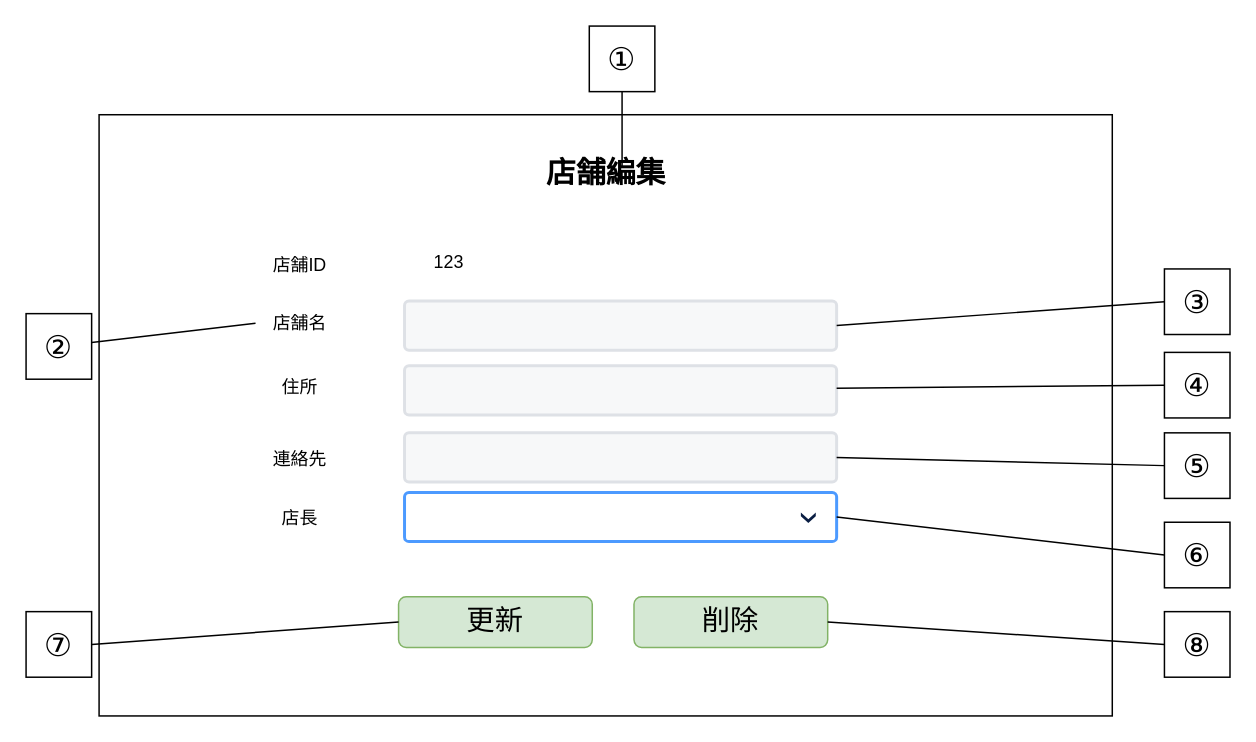
Earlier version of the draw.io diagram page "*店舗_編集" (3 of 10) of 一時保存用/画面設計.drawio (HaruShim/Sotuken). Source tidied: cells renumbered, new cells numbered last; positions are measured from the earlier drawing's top-left corner, leaving out a move shared by most shapes. Both pictures are drawn from the tidied source at 149%, with x=0, y=0 at pixel (25, 25).
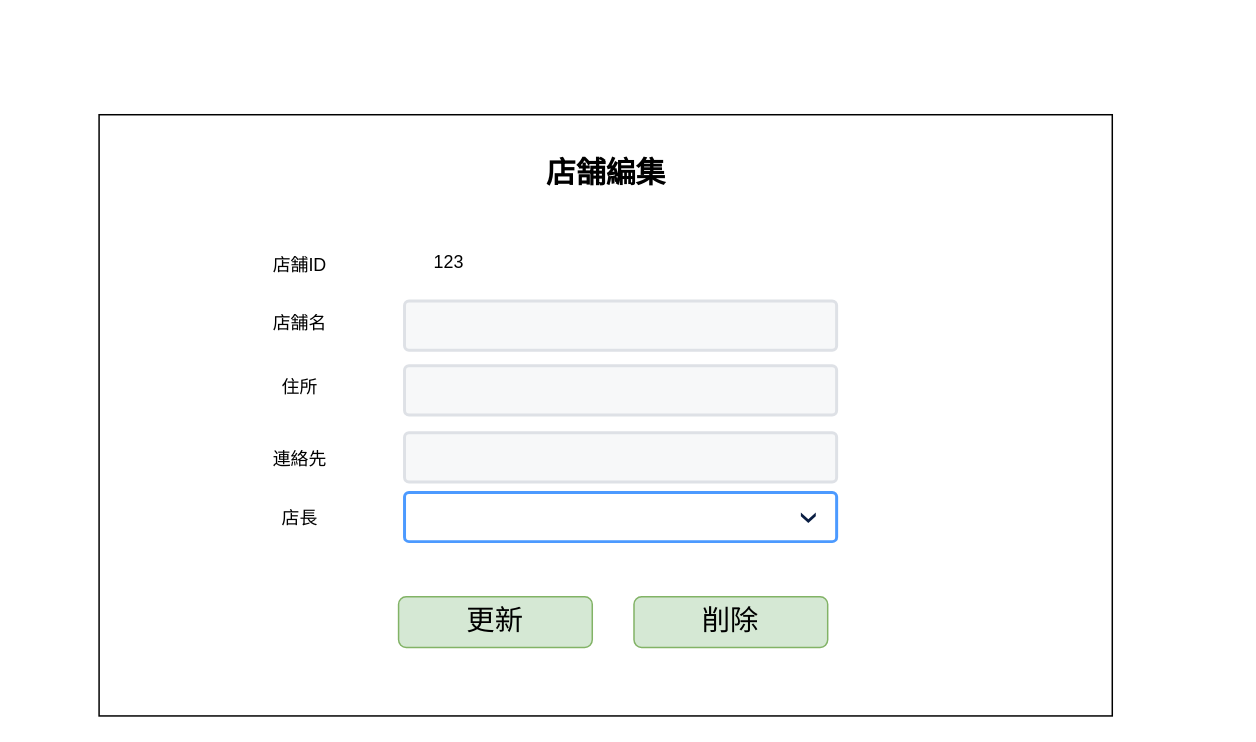
Above is the later version.

Unchanged cells that the change refers to:
```xml
<mxCell id="5" value="店舗名" style="text;html=1;strokeColor=none;fillColor=none;align=center;verticalAlign=middle;whiteSpace=wrap;rounded=0;" parent="1" vertex="1">
  <mxGeometry x="154" y="184.5" width="60" height="30" as="geometry" />
</mxCell>
<mxCell id="6" style="rounded=1;arcSize=9;fillColor=#F7F8F9;align=left;spacingLeft=5;strokeColor=#DEE1E6;html=1;strokeWidth=2;fontSize=12;" parent="1" vertex="1">
  <mxGeometry x="254" y="184.5" width="290" height="33" as="geometry" />
</mxCell>
<mxCell id="8" style="rounded=1;arcSize=9;fillColor=#F7F8F9;align=left;spacingLeft=5;strokeColor=#DEE1E6;html=1;strokeWidth=2;fontSize=12;" parent="1" vertex="1">
  <mxGeometry x="254" y="228" width="290" height="33" as="geometry" />
</mxCell>
<mxCell id="10" style="rounded=1;arcSize=9;fillColor=#F7F8F9;align=left;spacingLeft=5;strokeColor=#DEE1E6;html=1;strokeWidth=2;fontSize=12;" parent="1" vertex="1">
  <mxGeometry x="254" y="273" width="290" height="33" as="geometry" />
</mxCell>
<mxCell id="12" style="rounded=1;arcSize=9;fillColor=#ffffff;strokeColor=#4C9AFF;html=1;strokeWidth=2;spacingLeft=30;fontColor=#000000;align=left;" parent="1" vertex="1">
  <mxGeometry x="254" y="313" width="290" height="33" as="geometry" />
</mxCell>
<mxCell id="14" value="&lt;span style=&quot;font-size: 19px&quot;&gt;更新&lt;/span&gt;" style="rounded=1;whiteSpace=wrap;html=1;align=center;labelBackgroundColor=none;fillColor=#d5e8d4;strokeColor=#82b366;" parent="1" vertex="1">
  <mxGeometry x="250" y="383" width="130" height="34" as="geometry" />
</mxCell>
```

The edit, as a diff of the source:
```diff
@@
-    <mxCell id="2" style="rounded=0;whiteSpace=wrap;html=1;fillColor=default;strokeColor=default;fontColor=default;" parent="1" vertex="1">
+    <mxCell id="2" style="rounded=0;whiteSpace=wrap;html=1;" parent="1" vertex="1">
       <mxGeometry x="49" y="59.5" width="680" height="403.5" as="geometry" />
     </mxCell>
@@
-    <mxCell id="17" parent="0" />
-    <mxCell id="18" value="①" style="whiteSpace=wrap;html=1;fontSize=21;" parent="17" vertex="1">
-      <mxGeometry x="378" width="44" height="44" as="geometry" />
-    </mxCell>
-    <mxCell id="19" style="endArrow=none;html=1;rounded=0;fontSize=19;entryX=0.5;entryY=1;entryDx=0;entryDy=0;" parent="17" edge="1" target="18">
-      <mxGeometry relative="1" as="geometry">
-        <mxPoint x="400" y="94" as="sourcePoint" />
-      </mxGeometry>
-    </mxCell>
-    <mxCell id="20" value="②" style="whiteSpace=wrap;html=1;fontSize=21;" parent="17" vertex="1">
-      <mxGeometry y="193" width="44" height="44" as="geometry" />
-    </mxCell>
-    <mxCell id="21" value="③" style="whiteSpace=wrap;html=1;fontSize=21;" parent="17" vertex="1">
-      <mxGeometry x="764" y="163" width="44" height="44" as="geometry" />
-    </mxCell>
-    <mxCell id="22" value="④" style="whiteSpace=wrap;html=1;fontSize=21;" parent="17" vertex="1">
-      <mxGeometry x="764" y="219" width="44" height="44" as="geometry" />
-    </mxCell>
-    <mxCell id="23" value="⑤" style="whiteSpace=wrap;html=1;fontSize=21;" parent="17" vertex="1">
-      <mxGeometry x="764" y="273" width="44" height="44" as="geometry" />
-    </mxCell>
-    <mxCell id="24" value="⑥" style="whiteSpace=wrap;html=1;fontSize=21;" parent="17" vertex="1">
-      <mxGeometry x="764" y="333" width="44" height="44" as="geometry" />
-    </mxCell>
-    <mxCell id="25" style="endArrow=none;html=1;rounded=0;fontSize=19;entryX=0;entryY=0.5;entryDx=0;entryDy=0;exitX=1;exitY=0.5;exitDx=0;exitDy=0;" parent="17" edge="1" source="12" target="24">
-      <mxGeometry relative="1" as="geometry" />
-    </mxCell>
-    <mxCell id="26" value="⑦" style="whiteSpace=wrap;html=1;fontSize=21;" parent="17" vertex="1">
-      <mxGeometry y="393" width="44" height="44" as="geometry" />
-    </mxCell>
-    <mxCell id="27" style="endArrow=none;html=1;rounded=0;fontSize=19;entryX=0;entryY=0.5;entryDx=0;entryDy=0;exitX=1;exitY=0.5;exitDx=0;exitDy=0;" parent="17" edge="1" source="6" target="21">
-      <mxGeometry relative="1" as="geometry" />
-    </mxCell>
-    <mxCell id="28" style="endArrow=none;html=1;rounded=0;fontSize=19;entryX=0;entryY=0.5;entryDx=0;entryDy=0;" parent="17" edge="1" source="8" target="22">
-      <mxGeometry relative="1" as="geometry" />
-    </mxCell>
-    <mxCell id="29" style="endArrow=none;html=1;rounded=0;fontSize=19;entryX=0;entryY=0.5;entryDx=0;entryDy=0;exitX=1;exitY=0.5;exitDx=0;exitDy=0;" parent="17" edge="1" source="10" target="23">
-      <mxGeometry relative="1" as="geometry" />
-    </mxCell>
-    <mxCell id="30" style="endArrow=none;html=1;rounded=0;fontSize=19;entryX=0;entryY=0.5;entryDx=0;entryDy=0;" parent="17" edge="1" source="20" target="5">
-      <mxGeometry relative="1" as="geometry" />
-    </mxCell>
-    <mxCell id="31" style="endArrow=none;html=1;rounded=0;fontSize=19;entryX=0;entryY=0.5;entryDx=0;entryDy=0;exitX=1;exitY=0.5;exitDx=0;exitDy=0;" parent="17" edge="1" source="26" target="14">
-      <mxGeometry relative="1" as="geometry" />
-    </mxCell>
-    <mxCell id="32" value="⑧" style="whiteSpace=wrap;html=1;fontSize=21;" parent="17" vertex="1">
-      <mxGeometry x="764" y="393" width="44" height="44" as="geometry" />
-    </mxCell>
-    <mxCell id="33" style="endArrow=none;html=1;rounded=0;fontSize=19;entryX=0;entryY=0.5;entryDx=0;entryDy=0;exitX=1;exitY=0.5;exitDx=0;exitDy=0;" parent="17" edge="1" target="32">
-      <mxGeometry relative="1" as="geometry">
-        <mxPoint x="538" y="400" as="sourcePoint" />
-      </mxGeometry>
-    </mxCell>
```
